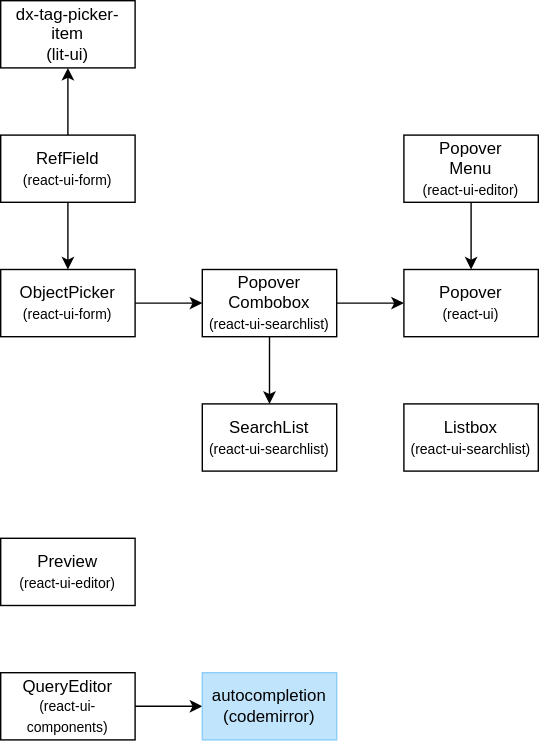
dxos/dxos keeps this draw.io diagram as packages/ui/react-ui-components/docs/components.drawio.svg. Above is the earlier version. Source tidied: cells renumbered, new cells last; positions are measured from the earlier drawing's top-left corner, leaving out a move shared by most shapes.
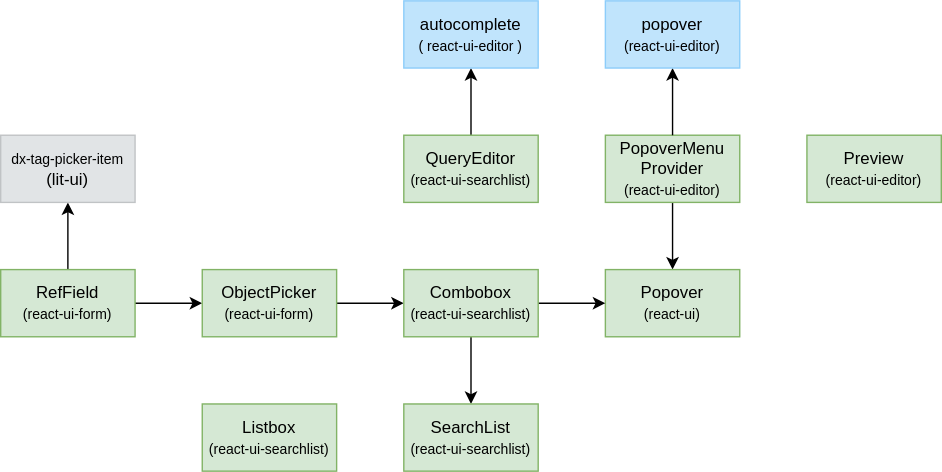
Later version of the same file.

Diff of the diagram source:
```diff
@@ -8,25 +8,25 @@
     <mxCell id="3" style="edgeStyle=none;html=1;" parent="1" edge="1" source="4" target="7">
       <mxGeometry relative="1" as="geometry" />
     </mxCell>
-    <mxCell id="4" value="RefField&lt;br&gt;&lt;font style=&quot;font-size: 10px;&quot;&gt;(react-ui-form)&lt;/font&gt;" style="rounded=0;whiteSpace=wrap;html=1;" parent="1" vertex="1">
-      <mxGeometry y="96" width="96" height="48" as="geometry" />
+    <mxCell id="4" value="RefField&lt;br&gt;&lt;font style=&quot;font-size: 10px;&quot;&gt;(react-ui-form)&lt;/font&gt;" style="rounded=0;whiteSpace=wrap;html=1;fillColor=#d5e8d4;strokeColor=#82b366;" parent="1" vertex="1">
+      <mxGeometry x="-144" y="192" width="96" height="48" as="geometry" />
     </mxCell>
     <mxCell id="5" style="edgeStyle=none;html=1;exitX=1;exitY=0.5;exitDx=0;exitDy=0;" parent="1" edge="1" source="6" target="13">
       <mxGeometry relative="1" as="geometry" />
     </mxCell>
-    <mxCell id="6" value="ObjectPicker&lt;br&gt;&lt;font style=&quot;font-size: 10px;&quot;&gt;(react-ui-form)&lt;/font&gt;" style="rounded=0;whiteSpace=wrap;html=1;" parent="1" vertex="1">
+    <mxCell id="6" value="ObjectPicker&lt;br&gt;&lt;font style=&quot;font-size: 10px;&quot;&gt;(react-ui-form)&lt;/font&gt;" style="rounded=0;whiteSpace=wrap;html=1;fillColor=#d5e8d4;strokeColor=#82b366;" parent="1" vertex="1">
       <mxGeometry y="192" width="96" height="48" as="geometry" />
     </mxCell>
-    <mxCell id="7" value="dx-tag-picker-item&lt;br&gt;(lit-ui)" style="rounded=0;whiteSpace=wrap;html=1;" parent="1" vertex="1">
-      <mxGeometry width="96" height="48" as="geometry" />
+    <mxCell id="7" value="&lt;font style=&quot;font-size: 10px;&quot;&gt;dx-tag-picker-item&lt;/font&gt;&lt;br&gt;(lit-ui)" style="rounded=0;whiteSpace=wrap;html=1;fillColor=#E1E4E6;fontColor=#000000;strokeColor=#C0C3C5;" parent="1" vertex="1">
+      <mxGeometry x="-144" y="96" width="96" height="48" as="geometry" />
     </mxCell>
     <mxCell id="8" style="edgeStyle=none;html=1;" parent="1" edge="1" source="9" target="10">
       <mxGeometry relative="1" as="geometry" />
     </mxCell>
-    <mxCell id="9" value="Popover&lt;br&gt;Menu&lt;br&gt;&lt;font style=&quot;font-size: 10px;&quot;&gt;(react-ui-editor)&lt;/font&gt;" style="rounded=0;whiteSpace=wrap;html=1;" parent="1" vertex="1">
+    <mxCell id="9" value="PopoverMenu&lt;br&gt;Provider&lt;br&gt;&lt;font style=&quot;font-size: 10px;&quot;&gt;(react-ui-editor)&lt;/font&gt;" style="rounded=0;whiteSpace=wrap;html=1;fillColor=#d5e8d4;strokeColor=#82b366;" parent="1" vertex="1">
       <mxGeometry x="288" y="96" width="96" height="48" as="geometry" />
     </mxCell>
-    <mxCell id="10" value="Popover&lt;br&gt;&lt;font style=&quot;font-size: 10px;&quot;&gt;(react-ui)&lt;/font&gt;" style="rounded=0;whiteSpace=wrap;html=1;" parent="1" vertex="1">
+    <mxCell id="10" value="Popover&lt;br&gt;&lt;font style=&quot;font-size: 10px;&quot;&gt;(react-ui)&lt;/font&gt;" style="rounded=0;whiteSpace=wrap;html=1;fillColor=#d5e8d4;strokeColor=#82b366;" parent="1" vertex="1">
       <mxGeometry x="288" y="192" width="96" height="48" as="geometry" />
     </mxCell>
     <mxCell id="11" style="edgeStyle=none;html=1;exitX=1;exitY=0.5;exitDx=0;exitDy=0;" parent="1" edge="1" source="13" target="10">
@@ -35,26 +35,32 @@
     <mxCell id="12" style="edgeStyle=none;html=1;exitX=0.5;exitY=1;exitDx=0;exitDy=0;" parent="1" edge="1" source="13" target="14">
       <mxGeometry relative="1" as="geometry" />
     </mxCell>
-    <mxCell id="13" value="Popover&lt;br&gt;Combobox&lt;br&gt;&lt;font style=&quot;font-size: 10px;&quot;&gt;(react-ui-searchlist)&lt;/font&gt;" style="rounded=0;whiteSpace=wrap;html=1;" parent="1" vertex="1">
+    <mxCell id="13" value="Combobox&lt;br&gt;&lt;font style=&quot;font-size: 10px;&quot;&gt;(react-ui-searchlist)&lt;/font&gt;" style="rounded=0;whiteSpace=wrap;html=1;fillColor=#d5e8d4;strokeColor=#82b366;" parent="1" vertex="1">
       <mxGeometry x="144" y="192" width="96" height="48" as="geometry" />
     </mxCell>
-    <mxCell id="14" value="SearchList&lt;br&gt;&lt;font style=&quot;font-size: 10px;&quot;&gt;(react-ui-searchlist)&lt;/font&gt;" style="rounded=0;whiteSpace=wrap;html=1;" parent="1" vertex="1">
+    <mxCell id="14" value="SearchList&lt;br&gt;&lt;font style=&quot;font-size: 10px;&quot;&gt;(react-ui-searchlist)&lt;/font&gt;" style="rounded=0;whiteSpace=wrap;html=1;fillColor=#d5e8d4;strokeColor=#82b366;" parent="1" vertex="1">
       <mxGeometry x="144" y="288" width="96" height="48" as="geometry" />
     </mxCell>
-    <mxCell id="15" style="edgeStyle=none;html=1;exitX=1;exitY=0.5;exitDx=0;exitDy=0;" parent="1" edge="1" source="16" target="17">
+    <mxCell id="15" style="edgeStyle=none;html=1;" parent="1" edge="1" source="16" target="17">
       <mxGeometry relative="1" as="geometry" />
     </mxCell>
-    <mxCell id="16" value="QueryEditor&lt;br&gt;&lt;font style=&quot;font-size: 10px;&quot;&gt;(react-ui-components)&lt;/font&gt;" style="rounded=0;whiteSpace=wrap;html=1;" parent="1" vertex="1">
-      <mxGeometry y="480" width="96" height="48" as="geometry" />
+    <mxCell id="16" value="QueryEditor&lt;br&gt;&lt;font style=&quot;font-size: 10px;&quot;&gt;(react-ui-searchlist)&lt;/font&gt;" style="rounded=0;whiteSpace=wrap;html=1;fillColor=#d5e8d4;strokeColor=#82b366;" parent="1" vertex="1">
+      <mxGeometry x="144" y="96" width="96" height="48" as="geometry" />
     </mxCell>
-    <mxCell id="17" value="autocompletion&lt;br&gt;(codemirror)" style="rounded=0;whiteSpace=wrap;html=1;fillColor=#C0E4FC;fontColor=#000000;strokeColor=#8DCDFA;" parent="1" vertex="1">
-      <mxGeometry x="144" y="480" width="96" height="48" as="geometry" />
+    <mxCell id="17" value="autocomplete&lt;br&gt;&lt;font style=&quot;font-size: 10px;&quot;&gt;(&lt;font style=&quot;&quot;&gt;react-ui-editor&lt;/font&gt;)&lt;/font&gt;" style="rounded=0;whiteSpace=wrap;html=1;fillColor=#C0E4FC;fontColor=#000000;strokeColor=#8DCDFA;" parent="1" vertex="1">
+      <mxGeometry x="144" width="96" height="48" as="geometry" />
     </mxCell>
-    <mxCell id="18" value="Preview&lt;br&gt;&lt;font style=&quot;font-size: 10px;&quot;&gt;(react-ui-editor)&lt;/font&gt;" style="rounded=0;whiteSpace=wrap;html=1;" parent="1" vertex="1">
-      <mxGeometry y="384" width="96" height="48" as="geometry" />
+    <mxCell id="18" value="Preview&lt;br&gt;&lt;font style=&quot;font-size: 10px;&quot;&gt;(react-ui-editor)&lt;/font&gt;" style="rounded=0;whiteSpace=wrap;html=1;fillColor=#d5e8d4;strokeColor=#82b366;" parent="1" vertex="1">
+      <mxGeometry x="432" y="96" width="96" height="48" as="geometry" />
     </mxCell>
-    <mxCell id="19" value="Listbox&lt;br&gt;&lt;font style=&quot;font-size: 10px;&quot;&gt;(react-ui-searchlist)&lt;/font&gt;" style="rounded=0;whiteSpace=wrap;html=1;" parent="1" vertex="1">
-      <mxGeometry x="288" y="288" width="96" height="48" as="geometry" />
+    <mxCell id="19" value="Listbox&lt;br&gt;&lt;font style=&quot;font-size: 10px;&quot;&gt;(react-ui-searchlist)&lt;/font&gt;" style="rounded=0;whiteSpace=wrap;html=1;fillColor=#d5e8d4;strokeColor=#82b366;" parent="1" vertex="1">
+      <mxGeometry y="288" width="96" height="48" as="geometry" />
     </mxCell>
+    <mxCell id="20" style="edgeStyle=none;html=1;" parent="1" edge="1" source="9" target="21">
+      <mxGeometry relative="1" as="geometry" />
+    </mxCell>
+    <mxCell id="21" value="popover&lt;br&gt;&lt;font style=&quot;font-size: 10px;&quot;&gt;(react-ui-editor)&lt;/font&gt;" style="rounded=0;whiteSpace=wrap;html=1;fillColor=#C0E4FC;fontColor=#000000;strokeColor=#8DCDFA;" parent="1" vertex="1">
+      <mxGeometry x="288" width="96" height="48" as="geometry" />
+    </mxCell>
   </root>
 </mxGraphModel>
```
